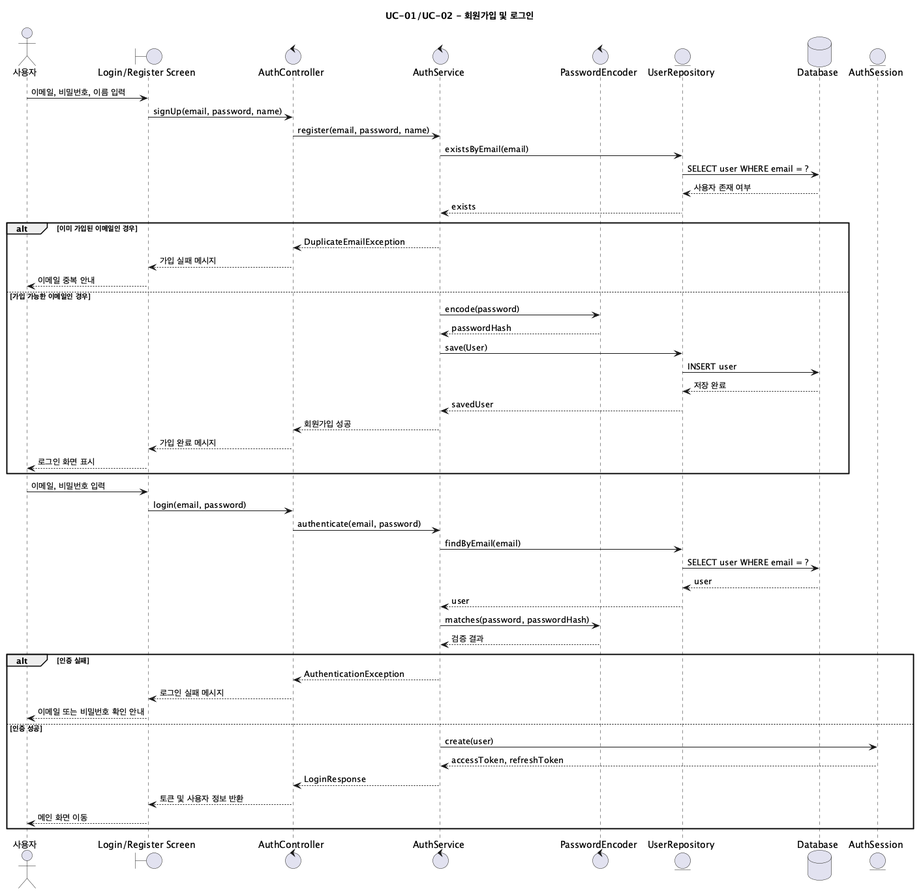
jeongiryang/SoftwareEngineering_team15_project_-Smart-Edu-Platform keeps this PlantUML diagram as screenshots/sequence-diagram/UC01-02_SignUpLogin.png. Above is the earlier version. The source it was exported from:
```plantuml
@startuml UC01-02_SignUpLogin
title UC-01/UC-02 - 회원가입 및 로그인

actor "사용자" as User
boundary "Login/Register Screen" as UI
control "AuthController" as AuthController
control "AuthService" as AuthService
control "PasswordEncoder" as PasswordEncoder
entity "UserRepository" as UserRepository
database "Database" as DB
entity "AuthSession" as AuthSession

User -> UI: 이메일, 비밀번호, 이름 입력
UI -> AuthController: signUp(email, password, name)
AuthController -> AuthService: register(email, password, name)
AuthService -> UserRepository: existsByEmail(email)
UserRepository -> DB: SELECT user WHERE email = ?
DB --> UserRepository: 사용자 존재 여부
UserRepository --> AuthService: exists

alt 이미 가입된 이메일인 경우
  AuthService --> AuthController: DuplicateEmailException
  AuthController --> UI: 가입 실패 메시지
  UI --> User: 이메일 중복 안내
else 가입 가능한 이메일인 경우
  AuthService -> PasswordEncoder: encode(password)
  PasswordEncoder --> AuthService: passwordHash
  AuthService -> UserRepository: save(User)
  UserRepository -> DB: INSERT user
  DB --> UserRepository: 저장 완료
  UserRepository --> AuthService: savedUser
  AuthService --> AuthController: 회원가입 성공
  AuthController --> UI: 가입 완료 메시지
  UI --> User: 로그인 화면 표시
end

User -> UI: 이메일, 비밀번호 입력
UI -> AuthController: login(email, password)
AuthController -> AuthService: authenticate(email, password)
AuthService -> UserRepository: findByEmail(email)
UserRepository -> DB: SELECT user WHERE email = ?
DB --> UserRepository: user
UserRepository --> AuthService: user
AuthService -> PasswordEncoder: matches(password, passwordHash)
PasswordEncoder --> AuthService: 검증 결과

alt 인증 실패
  AuthService --> AuthController: AuthenticationException
  AuthController --> UI: 로그인 실패 메시지
  UI --> User: 이메일 또는 비밀번호 확인 안내
else 인증 성공
  AuthService -> AuthSession: create(user)
  AuthSession --> AuthService: accessToken, refreshToken
  AuthService --> AuthController: LoginResponse
  AuthController --> UI: 토큰 및 사용자 정보 반환
  UI --> User: 메인 화면 이동
end

@enduml
```
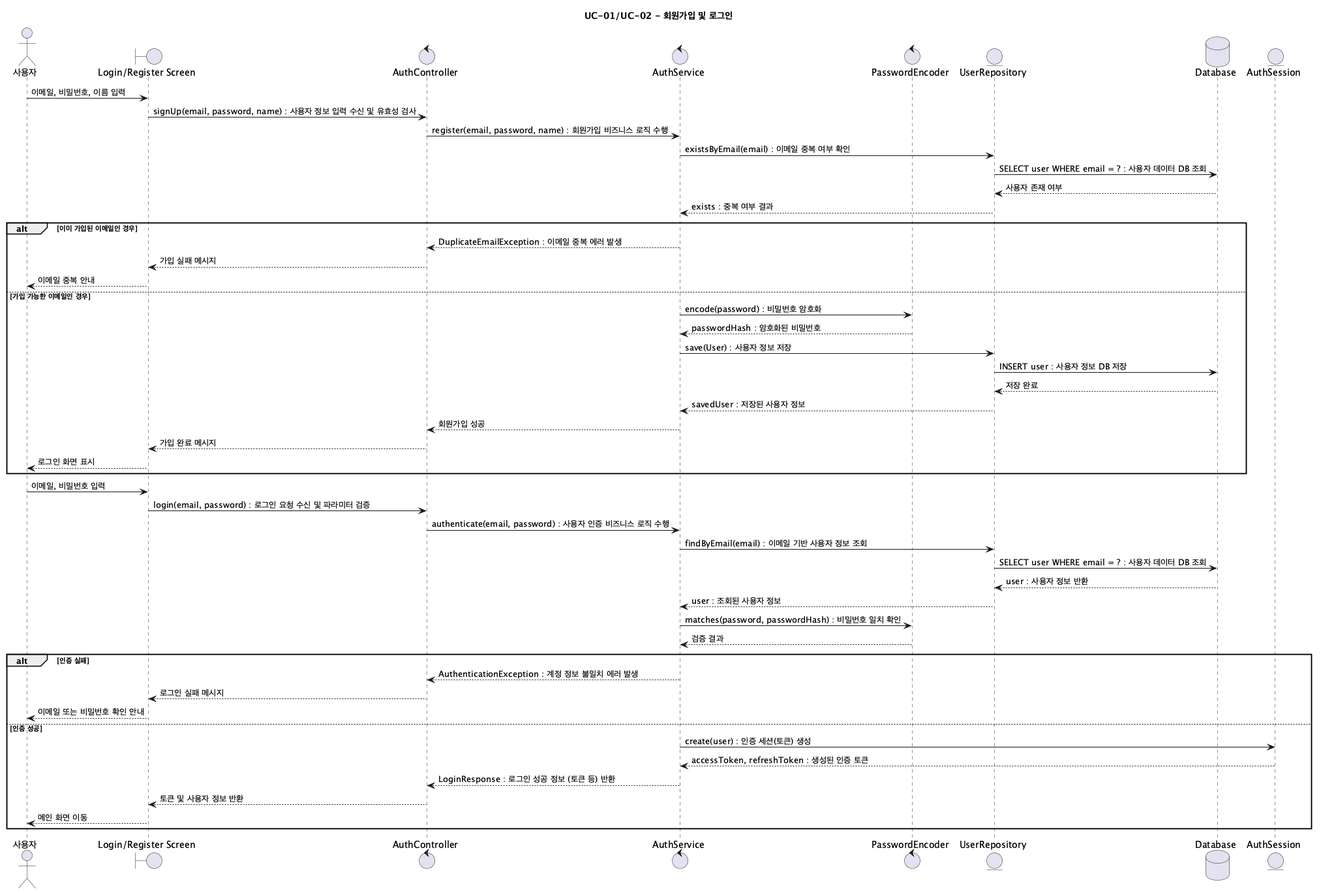
The same file after the commit.

Diff of the diagram source:
```diff
@@ -11,47 +11,47 @@
 entity "AuthSession" as AuthSession
 
 User -> UI: 이메일, 비밀번호, 이름 입력
-UI -> AuthController: signUp(email, password, name)
-AuthController -> AuthService: register(email, password, name)
-AuthService -> UserRepository: existsByEmail(email)
-UserRepository -> DB: SELECT user WHERE email = ?
+UI -> AuthController: signUp(email, password, name) : 사용자 정보 입력 수신 및 유효성 검사
+AuthController -> AuthService: register(email, password, name) : 회원가입 비즈니스 로직 수행
+AuthService -> UserRepository: existsByEmail(email) : 이메일 중복 여부 확인
+UserRepository -> DB: SELECT user WHERE email = ? : 사용자 데이터 DB 조회
 DB --> UserRepository: 사용자 존재 여부
-UserRepository --> AuthService: exists
+UserRepository --> AuthService: exists : 중복 여부 결과
 
 alt 이미 가입된 이메일인 경우
-  AuthService --> AuthController: DuplicateEmailException
+  AuthService --> AuthController: DuplicateEmailException : 이메일 중복 에러 발생
   AuthController --> UI: 가입 실패 메시지
   UI --> User: 이메일 중복 안내
 else 가입 가능한 이메일인 경우
-  AuthService -> PasswordEncoder: encode(password)
-  PasswordEncoder --> AuthService: passwordHash
-  AuthService -> UserRepository: save(User)
-  UserRepository -> DB: INSERT user
+  AuthService -> PasswordEncoder: encode(password) : 비밀번호 암호화
+  PasswordEncoder --> AuthService: passwordHash : 암호화된 비밀번호
+  AuthService -> UserRepository: save(User) : 사용자 정보 저장
+  UserRepository -> DB: INSERT user : 사용자 정보 DB 저장
   DB --> UserRepository: 저장 완료
-  UserRepository --> AuthService: savedUser
+  UserRepository --> AuthService: savedUser : 저장된 사용자 정보
   AuthService --> AuthController: 회원가입 성공
   AuthController --> UI: 가입 완료 메시지
   UI --> User: 로그인 화면 표시
 end
 
 User -> UI: 이메일, 비밀번호 입력
-UI -> AuthController: login(email, password)
-AuthController -> AuthService: authenticate(email, password)
-AuthService -> UserRepository: findByEmail(email)
-UserRepository -> DB: SELECT user WHERE email = ?
-DB --> UserRepository: user
-UserRepository --> AuthService: user
-AuthService -> PasswordEncoder: matches(password, passwordHash)
+UI -> AuthController: login(email, password) : 로그인 요청 수신 및 파라미터 검증
+AuthController -> AuthService: authenticate(email, password) : 사용자 인증 비즈니스 로직 수행
+AuthService -> UserRepository: findByEmail(email) : 이메일 기반 사용자 정보 조회
+UserRepository -> DB: SELECT user WHERE email = ? : 사용자 데이터 DB 조회
+DB --> UserRepository: user : 사용자 정보 반환
+UserRepository --> AuthService: user : 조회된 사용자 정보
+AuthService -> PasswordEncoder: matches(password, passwordHash) : 비밀번호 일치 확인
 PasswordEncoder --> AuthService: 검증 결과
 
 alt 인증 실패
-  AuthService --> AuthController: AuthenticationException
+  AuthService --> AuthController: AuthenticationException : 계정 정보 불일치 에러 발생
   AuthController --> UI: 로그인 실패 메시지
   UI --> User: 이메일 또는 비밀번호 확인 안내
 else 인증 성공
-  AuthService -> AuthSession: create(user)
-  AuthSession --> AuthService: accessToken, refreshToken
-  AuthService --> AuthController: LoginResponse
+  AuthService -> AuthSession: create(user) : 인증 세션(토큰) 생성
+  AuthSession --> AuthService: accessToken, refreshToken : 생성된 인증 토큰
+  AuthService --> AuthController: LoginResponse : 로그인 성공 정보 (토큰 등) 반환
   AuthController --> UI: 토큰 및 사용자 정보 반환
   UI --> User: 메인 화면 이동
 end
```
